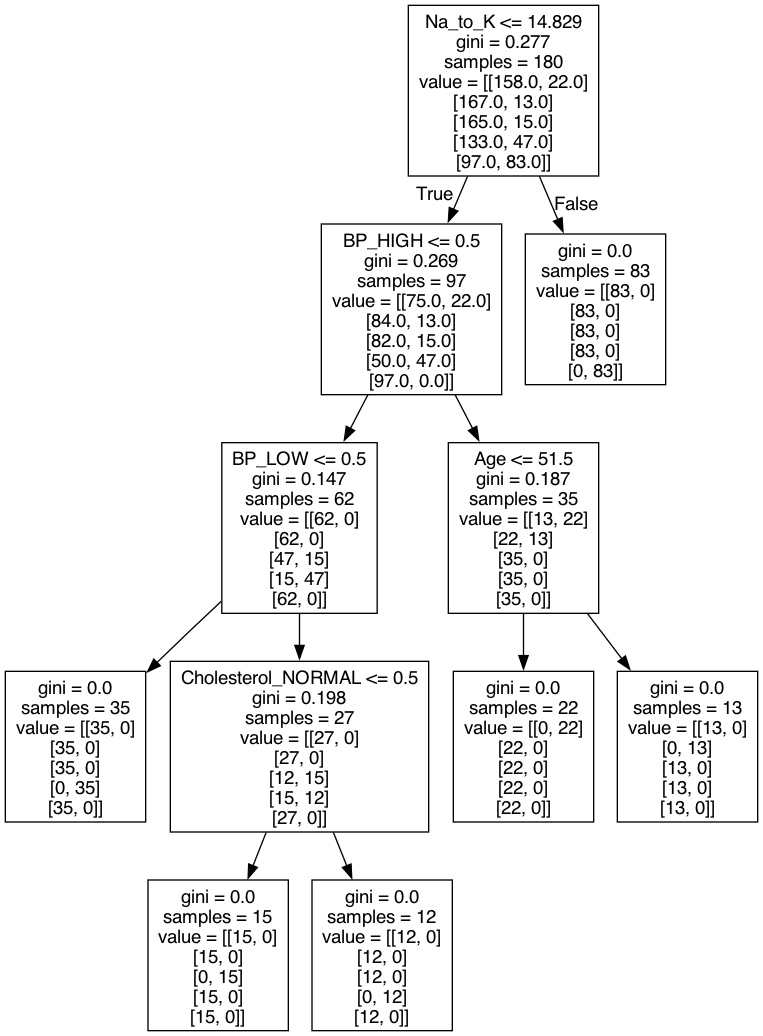
The Graphviz diagram Assignment1/tree.png in DeneshwaraSai/IIT-CS484-ML, before a commit. Its source is kept beside it as Assignment1/tree.dot.
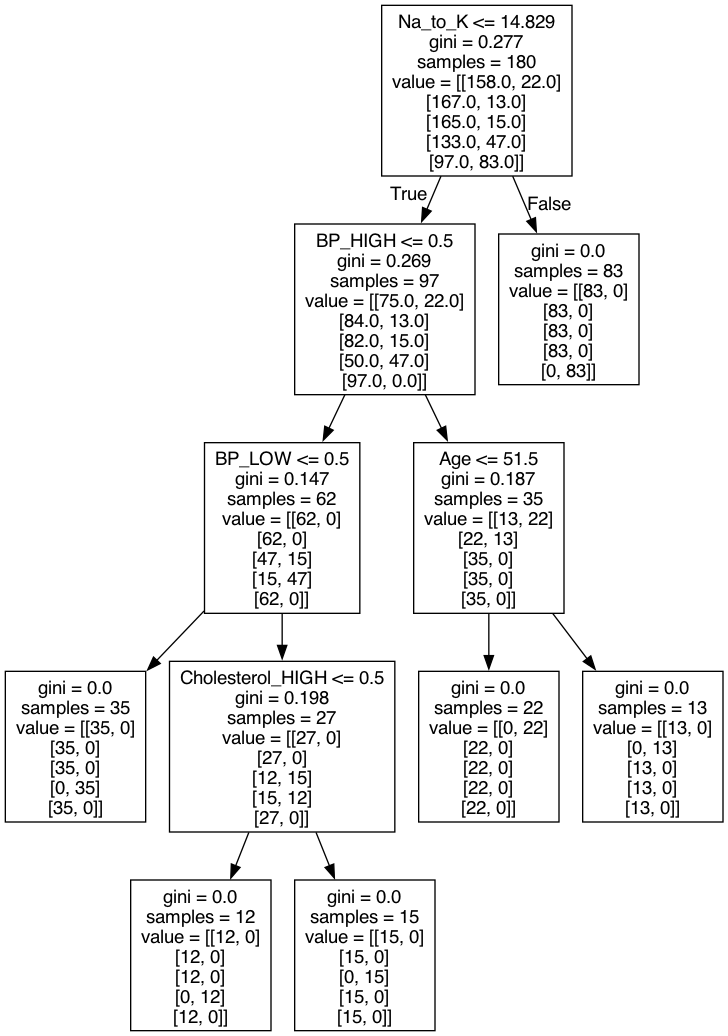
Later version of the same file.

What changed in the source:
```diff
@@ -8,11 +8,11 @@
 1 -> 2 ;
 3 [label="gini = 0.0\nsamples = 35\nvalue = [[35, 0]\n[35, 0]\n[35, 0]\n[0, 35]\n[35, 0]]"] ;
 2 -> 3 ;
-4 [label="Cholesterol_NORMAL <= 0.5\ngini = 0.198\nsamples = 27\nvalue = [[27, 0]\n[27, 0]\n[12, 15]\n[15, 12]\n[27, 0]]"] ;
+4 [label="Cholesterol_HIGH <= 0.5\ngini = 0.198\nsamples = 27\nvalue = [[27, 0]\n[27, 0]\n[12, 15]\n[15, 12]\n[27, 0]]"] ;
 2 -> 4 ;
-5 [label="gini = 0.0\nsamples = 15\nvalue = [[15, 0]\n[15, 0]\n[0, 15]\n[15, 0]\n[15, 0]]"] ;
+5 [label="gini = 0.0\nsamples = 12\nvalue = [[12, 0]\n[12, 0]\n[12, 0]\n[0, 12]\n[12, 0]]"] ;
 4 -> 5 ;
-6 [label="gini = 0.0\nsamples = 12\nvalue = [[12, 0]\n[12, 0]\n[12, 0]\n[0, 12]\n[12, 0]]"] ;
+6 [label="gini = 0.0\nsamples = 15\nvalue = [[15, 0]\n[15, 0]\n[0, 15]\n[15, 0]\n[15, 0]]"] ;
 4 -> 6 ;
 7 [label="Age <= 51.5\ngini = 0.187\nsamples = 35\nvalue = [[13, 22]\n[22, 13]\n[35, 0]\n[35, 0]\n[35, 0]]"] ;
 1 -> 7 ;
```
